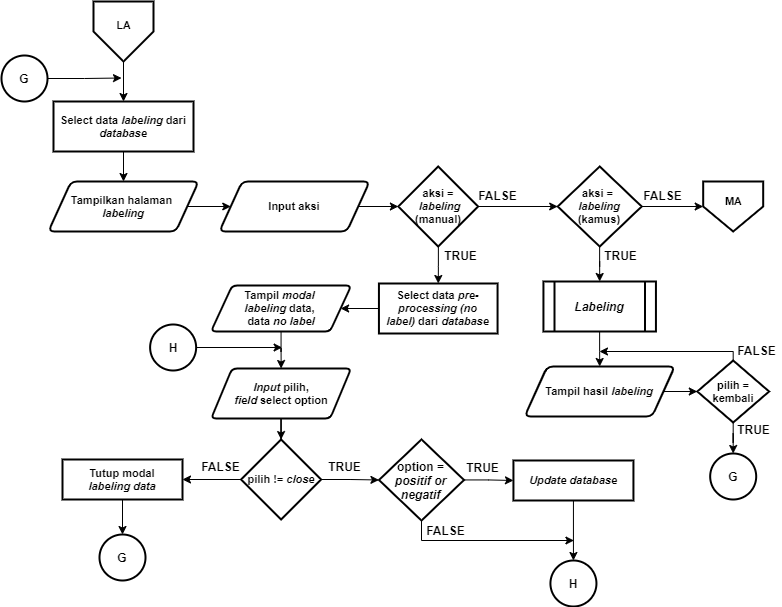
muspriandi/TextMining-SentimentAnalysis keeps this draw.io diagram as Dokumen TA/Paper/Flowchart/M10. Flowchart menu labeling.png. Above is the earlier version. Source tidied: cells renumbered, new cells last; positions are measured from the earlier drawing's top-left corner, leaving out a move shared by most shapes. Its diagram source:
```xml
<mxGraphModel>
  <root>
    <mxCell id="0" />
    <mxCell id="1" parent="0" />
    <mxCell id="2" style="edgeStyle=orthogonalEdgeStyle;rounded=0;orthogonalLoop=1;jettySize=auto;html=1;entryX=0.5;entryY=0;entryDx=0;entryDy=0;entryPerimeter=0;fontSize=12;" parent="1" edge="1">
      <mxGeometry relative="1" as="geometry">
        <mxPoint x="612" y="490" as="sourcePoint" />
        <Array as="points">
          <mxPoint x="612" y="530" />
          <mxPoint x="712" y="530" />
          <mxPoint x="712" y="190" />
          <mxPoint x="812" y="190" />
        </Array>
      </mxGeometry>
    </mxCell>
    <mxCell id="3" style="edgeStyle=orthogonalEdgeStyle;rounded=0;orthogonalLoop=1;jettySize=auto;html=1;entryX=0.5;entryY=0;entryDx=0;entryDy=0;entryPerimeter=0;fontSize=12;" parent="1" edge="1">
      <mxGeometry relative="1" as="geometry">
        <mxPoint x="592" y="460" as="sourcePoint" />
        <Array as="points">
          <mxPoint x="592" y="500" />
          <mxPoint x="692" y="500" />
          <mxPoint x="692" y="160" />
          <mxPoint x="792" y="160" />
        </Array>
      </mxGeometry>
    </mxCell>
    <mxCell id="4" style="edgeStyle=orthogonalEdgeStyle;rounded=0;orthogonalLoop=1;jettySize=auto;html=1;entryX=1;entryY=0.5;entryDx=0;entryDy=0;fontSize=11;" parent="1" edge="1">
      <mxGeometry relative="1" as="geometry">
        <mxPoint x="178.5" y="340" as="sourcePoint" />
      </mxGeometry>
    </mxCell>
    <mxCell id="5" style="edgeStyle=orthogonalEdgeStyle;rounded=0;orthogonalLoop=1;jettySize=auto;html=1;entryX=0.5;entryY=0;entryDx=0;entryDy=0;entryPerimeter=0;fontSize=12;" parent="1" edge="1">
      <mxGeometry relative="1" as="geometry">
        <mxPoint x="650" y="530" as="sourcePoint" />
        <Array as="points">
          <mxPoint x="650" y="570" />
          <mxPoint x="750" y="570" />
          <mxPoint x="750" y="230" />
          <mxPoint x="850" y="230" />
        </Array>
      </mxGeometry>
    </mxCell>
    <mxCell id="6" style="edgeStyle=orthogonalEdgeStyle;rounded=0;orthogonalLoop=1;jettySize=auto;html=1;entryX=0.5;entryY=0;entryDx=0;entryDy=0;entryPerimeter=0;fontSize=12;" parent="1" edge="1">
      <mxGeometry relative="1" as="geometry">
        <mxPoint x="630" y="500" as="sourcePoint" />
        <Array as="points">
          <mxPoint x="630" y="540" />
          <mxPoint x="730" y="540" />
          <mxPoint x="730" y="200" />
          <mxPoint x="830" y="200" />
        </Array>
      </mxGeometry>
    </mxCell>
    <mxCell id="7" style="edgeStyle=orthogonalEdgeStyle;rounded=0;jettySize=auto;html=1;entryX=0.5;entryY=0;entryDx=0;entryDy=0;fontSize=11;" parent="1" edge="1" source="8" target="13">
      <mxGeometry relative="1" as="geometry" />
    </mxCell>
    <mxCell id="8" style="verticalLabelPosition=bottom;verticalAlign=top;html=1;shape=offPageConnector;rounded=0;size=0.5;fontStyle=0;strokeWidth=2;" parent="1" vertex="1">
      <mxGeometry x="92" width="60" height="60" as="geometry" />
    </mxCell>
    <mxCell id="9" value="LA" style="text;html=1;align=center;verticalAlign=middle;fontSize=11;fontStyle=1;" parent="1" vertex="1">
      <mxGeometry x="107" y="14" width="30" height="20" as="geometry" />
    </mxCell>
    <mxCell id="10" style="edgeStyle=orthogonalEdgeStyle;rounded=0;jettySize=auto;html=1;entryX=0;entryY=0.5;entryDx=0;entryDy=0;fontSize=11;" parent="1" edge="1" source="11" target="15">
      <mxGeometry relative="1" as="geometry" />
    </mxCell>
    <mxCell id="11" value="&lt;b&gt;Tampilkan halaman &lt;br&gt;&lt;i&gt;labeling&lt;/i&gt;&lt;/b&gt;" style="shape=parallelogram;html=1;strokeWidth=2;perimeter=parallelogramPerimeter;whiteSpace=wrap;rounded=1;arcSize=12;size=0.15000000000000002;fontSize=11;" parent="1" vertex="1">
      <mxGeometry x="47" y="180" width="150" height="50" as="geometry" />
    </mxCell>
    <mxCell id="12" style="edgeStyle=orthogonalEdgeStyle;rounded=0;jettySize=auto;html=1;entryX=0.5;entryY=0;entryDx=0;entryDy=0;fontSize=11;" parent="1" edge="1" source="13" target="11">
      <mxGeometry relative="1" as="geometry" />
    </mxCell>
    <mxCell id="13" value="Select data &lt;i&gt;labeling&amp;nbsp;&lt;/i&gt;dari &lt;i&gt;database&lt;/i&gt;" style="rounded=1;whiteSpace=wrap;html=1;absoluteArcSize=1;arcSize=0;strokeWidth=2;fontSize=11;fontStyle=1;" parent="1" vertex="1">
      <mxGeometry x="52" y="100" width="140" height="50" as="geometry" />
    </mxCell>
    <mxCell id="14" style="edgeStyle=orthogonalEdgeStyle;rounded=0;jettySize=auto;html=1;entryX=0;entryY=0.5;entryDx=0;entryDy=0;fontSize=11;" parent="1" edge="1" source="15" target="18">
      <mxGeometry relative="1" as="geometry" />
    </mxCell>
    <mxCell id="15" value="&lt;span&gt;Input aksi&lt;/span&gt;" style="shape=parallelogram;html=1;strokeWidth=2;perimeter=parallelogramPerimeter;whiteSpace=wrap;rounded=1;arcSize=12;size=0.15000000000000002;fontSize=11;fontStyle=1;" parent="1" vertex="1">
      <mxGeometry x="218" y="180" width="150" height="50" as="geometry" />
    </mxCell>
    <mxCell id="16" style="edgeStyle=orthogonalEdgeStyle;rounded=0;jettySize=auto;html=1;entryX=0;entryY=0.5;entryDx=0;entryDy=0;fontSize=11;" parent="1" edge="1" source="18" target="22">
      <mxGeometry relative="1" as="geometry" />
    </mxCell>
    <mxCell id="17" style="edgeStyle=orthogonalEdgeStyle;rounded=0;jettySize=auto;html=1;entryX=0.5;entryY=0;entryDx=0;entryDy=0;fontSize=11;" parent="1" edge="1" source="18" target="57">
      <mxGeometry relative="1" as="geometry" />
    </mxCell>
    <mxCell id="18" value="&lt;b style=&quot;font-size: 11px&quot;&gt;&lt;font style=&quot;font-size: 11px&quot;&gt;aksi =&lt;br&gt;&amp;nbsp;&lt;i&gt;labeling &lt;/i&gt;(manual)&lt;br&gt;&lt;/font&gt;&lt;/b&gt;" style="rhombus;whiteSpace=wrap;html=1;strokeWidth=2;fontSize=11;" parent="1" vertex="1">
      <mxGeometry x="396.9" y="165" width="79.8" height="80" as="geometry" />
    </mxCell>
    <mxCell id="19" style="edgeStyle=orthogonalEdgeStyle;rounded=0;orthogonalLoop=1;jettySize=auto;html=1;entryX=1;entryY=0.5;entryDx=0;entryDy=0;fontSize=11;" parent="1" edge="1">
      <mxGeometry relative="1" as="geometry">
        <mxPoint x="216.5" y="380" as="sourcePoint" />
      </mxGeometry>
    </mxCell>
    <mxCell id="20" style="edgeStyle=orthogonalEdgeStyle;rounded=0;jettySize=auto;html=1;entryX=0.5;entryY=0;entryDx=0;entryDy=0;fontSize=11;" parent="1" edge="1" source="22" target="44">
      <mxGeometry relative="1" as="geometry" />
    </mxCell>
    <mxCell id="21" style="edgeStyle=orthogonalEdgeStyle;rounded=0;jettySize=auto;html=1;entryX=0;entryY=0.5;entryDx=0;entryDy=0;fontSize=11;" parent="1" edge="1" source="22" target="40">
      <mxGeometry relative="1" as="geometry" />
    </mxCell>
    <mxCell id="22" value="&lt;b style=&quot;font-size: 11px&quot;&gt;&lt;font style=&quot;font-size: 11px&quot;&gt;aksi = &lt;br&gt;&lt;i&gt;labeling&lt;/i&gt;&lt;br style=&quot;font-size: 11px&quot;&gt;(kamus)&lt;/font&gt;&lt;/b&gt;" style="rhombus;whiteSpace=wrap;html=1;strokeWidth=2;fontSize=11;" parent="1" vertex="1">
      <mxGeometry x="556.2" y="165" width="84" height="80" as="geometry" />
    </mxCell>
    <mxCell id="23" style="edgeStyle=orthogonalEdgeStyle;rounded=0;jettySize=auto;html=1;entryX=0.5;entryY=0;entryDx=0;entryDy=0;fontSize=11;" parent="1" edge="1" source="24" target="31">
      <mxGeometry relative="1" as="geometry" />
    </mxCell>
    <mxCell id="24" value="&lt;b&gt;Tampil &lt;i&gt;modal&lt;/i&gt; &lt;br&gt;&lt;i&gt;labeling&amp;nbsp;&lt;/i&gt;data, &lt;br&gt;data&amp;nbsp;&lt;i&gt;no label&lt;/i&gt;&lt;/b&gt;" style="shape=parallelogram;html=1;strokeWidth=2;perimeter=parallelogramPerimeter;whiteSpace=wrap;rounded=1;arcSize=10;size=0.15000000000000002;fontSize=11;" parent="1" vertex="1">
      <mxGeometry x="209.6" y="284" width="140" height="46" as="geometry" />
    </mxCell>
    <mxCell id="25" value="&lt;b&gt;FALSE&lt;/b&gt;" style="text;html=1;align=center;verticalAlign=middle;" parent="1" vertex="1">
      <mxGeometry x="471" y="184" width="50" height="20" as="geometry" />
    </mxCell>
    <mxCell id="26" value="&lt;b&gt;TRUE&lt;/b&gt;" style="text;html=1;align=center;verticalAlign=middle;" parent="1" vertex="1">
      <mxGeometry x="434" y="244" width="50" height="20" as="geometry" />
    </mxCell>
    <mxCell id="27" style="edgeStyle=orthogonalEdgeStyle;rounded=0;jettySize=auto;html=1;fontSize=11;" parent="1" edge="1" source="28">
      <mxGeometry relative="1" as="geometry">
        <mxPoint x="120" y="76.5" as="targetPoint" />
      </mxGeometry>
    </mxCell>
    <mxCell id="28" value="G" style="ellipse;whiteSpace=wrap;html=1;strokeWidth=2;fontStyle=1;" parent="1" vertex="1">
      <mxGeometry y="54" width="46" height="46" as="geometry" />
    </mxCell>
    <mxCell id="29" value="&lt;b&gt;TRUE&lt;/b&gt;" style="text;html=1;align=center;verticalAlign=middle;" parent="1" vertex="1">
      <mxGeometry x="593.7" y="244" width="50" height="20" as="geometry" />
    </mxCell>
    <mxCell id="30" style="edgeStyle=orthogonalEdgeStyle;rounded=0;jettySize=auto;html=1;fontSize=11;" parent="1" edge="1" source="31" target="48">
      <mxGeometry relative="1" as="geometry" />
    </mxCell>
    <mxCell id="31" value="&lt;b&gt;&lt;i&gt;Input&amp;nbsp;&lt;/i&gt;&lt;/b&gt;&lt;b&gt;pilih,&lt;/b&gt;&lt;b&gt;&lt;i&gt;&lt;br&gt;field&lt;/i&gt;&amp;nbsp;select option&lt;br&gt;&lt;/b&gt;" style="shape=parallelogram;html=1;strokeWidth=2;perimeter=parallelogramPerimeter;whiteSpace=wrap;rounded=1;arcSize=10;size=0.15000000000000002;fontSize=11;" parent="1" vertex="1">
      <mxGeometry x="209.6" y="367" width="140" height="50" as="geometry" />
    </mxCell>
    <mxCell id="32" style="edgeStyle=orthogonalEdgeStyle;rounded=0;jettySize=auto;html=1;entryX=0;entryY=0.5;entryDx=0;entryDy=0;fontSize=11;" parent="1" edge="1" source="34" target="36">
      <mxGeometry relative="1" as="geometry" />
    </mxCell>
    <mxCell id="33" style="edgeStyle=orthogonalEdgeStyle;rounded=0;jettySize=auto;html=1;fontSize=11;" parent="1" edge="1" source="34">
      <mxGeometry relative="1" as="geometry">
        <mxPoint x="572.4" y="539" as="targetPoint" />
        <Array as="points">
          <mxPoint x="420.4" y="539" />
          <mxPoint x="571.4" y="539" />
        </Array>
      </mxGeometry>
    </mxCell>
    <mxCell id="34" value="&lt;b&gt;&lt;font style=&quot;font-size: 12px&quot;&gt;option =&lt;br&gt;&lt;i&gt;positif or negatif&lt;/i&gt;&lt;/font&gt;&lt;/b&gt;" style="rhombus;whiteSpace=wrap;html=1;strokeWidth=2;" parent="1" vertex="1">
      <mxGeometry x="377.4" y="438" width="85.1" height="81" as="geometry" />
    </mxCell>
    <mxCell id="35" style="edgeStyle=orthogonalEdgeStyle;rounded=0;jettySize=auto;html=1;entryX=0.5;entryY=0;entryDx=0;entryDy=0;fontSize=11;" parent="1" edge="1" source="36" target="53">
      <mxGeometry relative="1" as="geometry" />
    </mxCell>
    <mxCell id="36" value="&lt;i&gt;Update database&lt;/i&gt;" style="rounded=1;whiteSpace=wrap;html=1;absoluteArcSize=1;arcSize=0;strokeWidth=2;fontSize=11;fontStyle=1;" parent="1" vertex="1">
      <mxGeometry x="511.9" y="459" width="120" height="40" as="geometry" />
    </mxCell>
    <mxCell id="37" style="edgeStyle=orthogonalEdgeStyle;rounded=0;jettySize=auto;html=1;entryX=0.5;entryY=0;entryDx=0;entryDy=0;fontSize=11;" parent="1" edge="1" source="38" target="39">
      <mxGeometry relative="1" as="geometry" />
    </mxCell>
    <mxCell id="38" value="Tutup modal&lt;br&gt;&lt;i&gt;labeling data&lt;/i&gt;" style="rounded=1;whiteSpace=wrap;html=1;absoluteArcSize=1;arcSize=0;strokeWidth=2;fontSize=11;fontStyle=1;" parent="1" vertex="1">
      <mxGeometry x="61" y="458" width="120" height="40" as="geometry" />
    </mxCell>
    <mxCell id="39" value="G" style="ellipse;whiteSpace=wrap;html=1;strokeWidth=2;fontStyle=1;" parent="1" vertex="1">
      <mxGeometry x="98" y="533" width="46" height="46" as="geometry" />
    </mxCell>
    <mxCell id="40" style="verticalLabelPosition=bottom;verticalAlign=top;html=1;shape=offPageConnector;rounded=0;size=0.5;fontStyle=0;strokeWidth=2;" parent="1" vertex="1">
      <mxGeometry x="701.7" y="180" width="60" height="50" as="geometry" />
    </mxCell>
    <mxCell id="41" value="MA" style="text;html=1;align=center;verticalAlign=middle;fontSize=11;fontStyle=1;" parent="1" vertex="1">
      <mxGeometry x="716.7" y="190" width="30" height="20" as="geometry" />
    </mxCell>
    <mxCell id="42" value="&lt;b&gt;FALSE&lt;/b&gt;" style="text;html=1;align=center;verticalAlign=middle;" parent="1" vertex="1">
      <mxGeometry x="636.2" y="184" width="50" height="20" as="geometry" />
    </mxCell>
    <mxCell id="43" style="edgeStyle=orthogonalEdgeStyle;rounded=0;jettySize=auto;html=1;entryX=0.5;entryY=0;entryDx=0;entryDy=0;fontSize=11;" parent="1" edge="1" source="44" target="62">
      <mxGeometry relative="1" as="geometry" />
    </mxCell>
    <mxCell id="44" value="&lt;i&gt;&lt;b&gt;&lt;font style=&quot;font-size: 12px&quot;&gt;Labeling&lt;/font&gt;&lt;/b&gt;&lt;/i&gt;" style="shape=process;whiteSpace=wrap;html=1;backgroundOutline=1;strokeWidth=2;fontSize=11;" parent="1" vertex="1">
      <mxGeometry x="541.9" y="280" width="112.5" height="50" as="geometry" />
    </mxCell>
    <mxCell id="45" value="G" style="ellipse;whiteSpace=wrap;html=1;strokeWidth=2;fontStyle=1;" parent="1" vertex="1">
      <mxGeometry x="708.7" y="452" width="46" height="46" as="geometry" />
    </mxCell>
    <mxCell id="46" style="edgeStyle=orthogonalEdgeStyle;rounded=0;jettySize=auto;html=1;entryX=1;entryY=0.5;entryDx=0;entryDy=0;fontSize=11;" parent="1" edge="1" source="48" target="38">
      <mxGeometry relative="1" as="geometry" />
    </mxCell>
    <mxCell id="47" style="edgeStyle=orthogonalEdgeStyle;rounded=0;jettySize=auto;html=1;entryX=0;entryY=0.5;entryDx=0;entryDy=0;fontSize=11;" parent="1" edge="1" source="48" target="34">
      <mxGeometry relative="1" as="geometry" />
    </mxCell>
    <mxCell id="48" value="&lt;span style=&quot;font-size: 11px&quot;&gt;&lt;font style=&quot;font-size: 11px&quot;&gt;pilih != &lt;i&gt;close&lt;/i&gt;&lt;br&gt;&lt;/font&gt;&lt;/span&gt;" style="rhombus;whiteSpace=wrap;html=1;strokeWidth=2;fontSize=11;fontStyle=1;" parent="1" vertex="1">
      <mxGeometry x="239.6" y="438" width="80" height="80" as="geometry" />
    </mxCell>
    <mxCell id="49" style="edgeStyle=orthogonalEdgeStyle;rounded=0;jettySize=auto;html=1;fontSize=11;" parent="1" edge="1" source="50">
      <mxGeometry relative="1" as="geometry">
        <mxPoint x="280.6" y="346" as="targetPoint" />
      </mxGeometry>
    </mxCell>
    <mxCell id="50" value="H" style="ellipse;whiteSpace=wrap;html=1;strokeWidth=2;fontStyle=1;" parent="1" vertex="1">
      <mxGeometry x="148.6" y="323" width="46" height="46" as="geometry" />
    </mxCell>
    <mxCell id="51" value="&lt;b&gt;TRUE&lt;/b&gt;" style="text;html=1;align=center;verticalAlign=middle;" parent="1" vertex="1">
      <mxGeometry x="318" y="455" width="50" height="20" as="geometry" />
    </mxCell>
    <mxCell id="52" value="&lt;b&gt;FALSE&lt;/b&gt;" style="text;html=1;align=center;verticalAlign=middle;" parent="1" vertex="1">
      <mxGeometry x="194" y="455" width="50" height="20" as="geometry" />
    </mxCell>
    <mxCell id="53" value="H" style="ellipse;whiteSpace=wrap;html=1;strokeWidth=2;fontStyle=1;" parent="1" vertex="1">
      <mxGeometry x="548.9" y="559" width="46" height="46" as="geometry" />
    </mxCell>
    <mxCell id="54" value="&lt;b&gt;TRUE&lt;/b&gt;" style="text;html=1;align=center;verticalAlign=middle;" parent="1" vertex="1">
      <mxGeometry x="456.4" y="456" width="50" height="20" as="geometry" />
    </mxCell>
    <mxCell id="55" value="&lt;b&gt;FALSE&lt;/b&gt;" style="text;html=1;align=center;verticalAlign=middle;" parent="1" vertex="1">
      <mxGeometry x="419.4" y="519" width="50" height="20" as="geometry" />
    </mxCell>
    <mxCell id="56" style="edgeStyle=orthogonalEdgeStyle;rounded=0;jettySize=auto;html=1;entryX=1;entryY=0.5;entryDx=0;entryDy=0;fontSize=11;" parent="1" edge="1" source="57" target="24">
      <mxGeometry relative="1" as="geometry" />
    </mxCell>
    <mxCell id="57" value="Select data &lt;i&gt;pre-processing (no label)&amp;nbsp;&lt;/i&gt;dari&amp;nbsp;&lt;i&gt;database&lt;/i&gt;" style="rounded=1;whiteSpace=wrap;html=1;absoluteArcSize=1;arcSize=0;strokeWidth=2;fontSize=11;fontStyle=1;" parent="1" vertex="1">
      <mxGeometry x="377.4" y="282" width="118.6" height="50" as="geometry" />
    </mxCell>
    <mxCell id="58" style="edgeStyle=orthogonalEdgeStyle;rounded=0;jettySize=auto;html=1;fontSize=11;" parent="1" edge="1" source="60" target="45">
      <mxGeometry relative="1" as="geometry" />
    </mxCell>
    <mxCell id="59" style="edgeStyle=orthogonalEdgeStyle;rounded=0;jettySize=auto;html=1;fontSize=11;" parent="1" edge="1" source="60">
      <mxGeometry relative="1" as="geometry">
        <mxPoint x="598" y="350" as="targetPoint" />
        <Array as="points">
          <mxPoint x="732" y="350" />
          <mxPoint x="598" y="350" />
        </Array>
      </mxGeometry>
    </mxCell>
    <mxCell id="60" value="&lt;b style=&quot;font-size: 11px&quot;&gt;&lt;font style=&quot;font-size: 11px&quot;&gt;pilih = kembali&lt;br&gt;&lt;/font&gt;&lt;/b&gt;" style="rhombus;whiteSpace=wrap;html=1;strokeWidth=2;fontSize=11;" parent="1" vertex="1">
      <mxGeometry x="695.8" y="359" width="71.8" height="62" as="geometry" />
    </mxCell>
    <mxCell id="61" style="edgeStyle=orthogonalEdgeStyle;rounded=0;jettySize=auto;html=1;entryX=0;entryY=0.5;entryDx=0;entryDy=0;fontSize=11;" parent="1" edge="1" source="62" target="60">
      <mxGeometry relative="1" as="geometry" />
    </mxCell>
    <mxCell id="62" value="&lt;b&gt;Tampil hasil &lt;i&gt;labeling&lt;/i&gt;&lt;/b&gt;" style="shape=parallelogram;html=1;strokeWidth=2;perimeter=parallelogramPerimeter;whiteSpace=wrap;rounded=1;arcSize=12;size=0.15000000000000002;fontSize=11;" parent="1" vertex="1">
      <mxGeometry x="523.2" y="365" width="150" height="50" as="geometry" />
    </mxCell>
    <mxCell id="63" value="&lt;b&gt;TRUE&lt;/b&gt;" style="text;html=1;align=center;verticalAlign=middle;" parent="1" vertex="1">
      <mxGeometry x="727" y="418" width="50" height="20" as="geometry" />
    </mxCell>
    <mxCell id="64" value="&lt;b&gt;FALSE&lt;/b&gt;" style="text;html=1;align=center;verticalAlign=middle;" parent="1" vertex="1">
      <mxGeometry x="730" y="339" width="50" height="20" as="geometry" />
    </mxCell>
  </root>
</mxGraphModel>
```
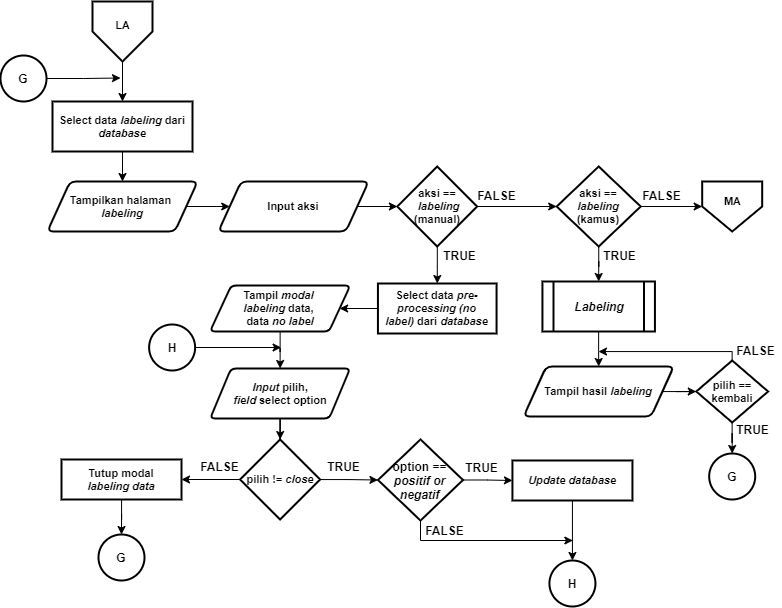
After the change.

What changed in the source:
```diff
@@ -84,7 +84,7 @@
     <mxCell id="17" style="edgeStyle=orthogonalEdgeStyle;rounded=0;jettySize=auto;html=1;entryX=0.5;entryY=0;entryDx=0;entryDy=0;fontSize=11;" parent="1" edge="1" source="18" target="57">
       <mxGeometry relative="1" as="geometry" />
     </mxCell>
-    <mxCell id="18" value="&lt;b style=&quot;font-size: 11px&quot;&gt;&lt;font style=&quot;font-size: 11px&quot;&gt;aksi =&lt;br&gt;&amp;nbsp;&lt;i&gt;labeling &lt;/i&gt;(manual)&lt;br&gt;&lt;/font&gt;&lt;/b&gt;" style="rhombus;whiteSpace=wrap;html=1;strokeWidth=2;fontSize=11;" parent="1" vertex="1">
+    <mxCell id="18" value="&lt;b style=&quot;font-size: 11px&quot;&gt;&lt;font style=&quot;font-size: 11px&quot;&gt;aksi ==&lt;br&gt;&amp;nbsp;&lt;i&gt;labeling &lt;/i&gt;(manual)&lt;br&gt;&lt;/font&gt;&lt;/b&gt;" style="rhombus;whiteSpace=wrap;html=1;strokeWidth=2;fontSize=11;" parent="1" vertex="1">
       <mxGeometry x="396.9" y="165" width="79.8" height="80" as="geometry" />
     </mxCell>
     <mxCell id="19" style="edgeStyle=orthogonalEdgeStyle;rounded=0;orthogonalLoop=1;jettySize=auto;html=1;entryX=1;entryY=0.5;entryDx=0;entryDy=0;fontSize=11;" parent="1" edge="1">
@@ -98,7 +98,7 @@
     <mxCell id="21" style="edgeStyle=orthogonalEdgeStyle;rounded=0;jettySize=auto;html=1;entryX=0;entryY=0.5;entryDx=0;entryDy=0;fontSize=11;" parent="1" edge="1" source="22" target="40">
       <mxGeometry relative="1" as="geometry" />
     </mxCell>
-    <mxCell id="22" value="&lt;b style=&quot;font-size: 11px&quot;&gt;&lt;font style=&quot;font-size: 11px&quot;&gt;aksi = &lt;br&gt;&lt;i&gt;labeling&lt;/i&gt;&lt;br style=&quot;font-size: 11px&quot;&gt;(kamus)&lt;/font&gt;&lt;/b&gt;" style="rhombus;whiteSpace=wrap;html=1;strokeWidth=2;fontSize=11;" parent="1" vertex="1">
+    <mxCell id="22" value="&lt;b style=&quot;font-size: 11px&quot;&gt;&lt;font style=&quot;font-size: 11px&quot;&gt;aksi ==&lt;br&gt;&lt;i&gt;labeling&lt;/i&gt;&lt;br style=&quot;font-size: 11px&quot;&gt;(kamus)&lt;/font&gt;&lt;/b&gt;" style="rhombus;whiteSpace=wrap;html=1;strokeWidth=2;fontSize=11;" parent="1" vertex="1">
       <mxGeometry x="556.2" y="165" width="84" height="80" as="geometry" />
     </mxCell>
     <mxCell id="23" style="edgeStyle=orthogonalEdgeStyle;rounded=0;jettySize=auto;html=1;entryX=0.5;entryY=0;entryDx=0;entryDy=0;fontSize=11;" parent="1" edge="1" source="24" target="31">
@@ -142,7 +142,7 @@
         </Array>
       </mxGeometry>
     </mxCell>
-    <mxCell id="34" value="&lt;b&gt;&lt;font style=&quot;font-size: 12px&quot;&gt;option =&lt;br&gt;&lt;i&gt;positif or negatif&lt;/i&gt;&lt;/font&gt;&lt;/b&gt;" style="rhombus;whiteSpace=wrap;html=1;strokeWidth=2;" parent="1" vertex="1">
+    <mxCell id="34" value="&lt;b&gt;&lt;font style=&quot;font-size: 12px&quot;&gt;option ==&lt;br&gt;&lt;i&gt;positif or negatif&lt;/i&gt;&lt;/font&gt;&lt;/b&gt;" style="rhombus;whiteSpace=wrap;html=1;strokeWidth=2;" parent="1" vertex="1">
       <mxGeometry x="377.4" y="438" width="85.1" height="81" as="geometry" />
     </mxCell>
     <mxCell id="35" style="edgeStyle=orthogonalEdgeStyle;rounded=0;jettySize=auto;html=1;entryX=0.5;entryY=0;entryDx=0;entryDy=0;fontSize=11;" parent="1" edge="1" source="36" target="53">
@@ -228,7 +228,7 @@
         </Array>
       </mxGeometry>
     </mxCell>
-    <mxCell id="60" value="&lt;b style=&quot;font-size: 11px&quot;&gt;&lt;font style=&quot;font-size: 11px&quot;&gt;pilih = kembali&lt;br&gt;&lt;/font&gt;&lt;/b&gt;" style="rhombus;whiteSpace=wrap;html=1;strokeWidth=2;fontSize=11;" parent="1" vertex="1">
+    <mxCell id="60" value="&lt;b style=&quot;font-size: 11px&quot;&gt;&lt;font style=&quot;font-size: 11px&quot;&gt;pilih == kembali&lt;br&gt;&lt;/font&gt;&lt;/b&gt;" style="rhombus;whiteSpace=wrap;html=1;strokeWidth=2;fontSize=11;" parent="1" vertex="1">
       <mxGeometry x="695.8" y="359" width="71.8" height="62" as="geometry" />
     </mxCell>
     <mxCell id="61" style="edgeStyle=orthogonalEdgeStyle;rounded=0;jettySize=auto;html=1;entryX=0;entryY=0.5;entryDx=0;entryDy=0;fontSize=11;" parent="1" edge="1" source="62" target="60">
```
